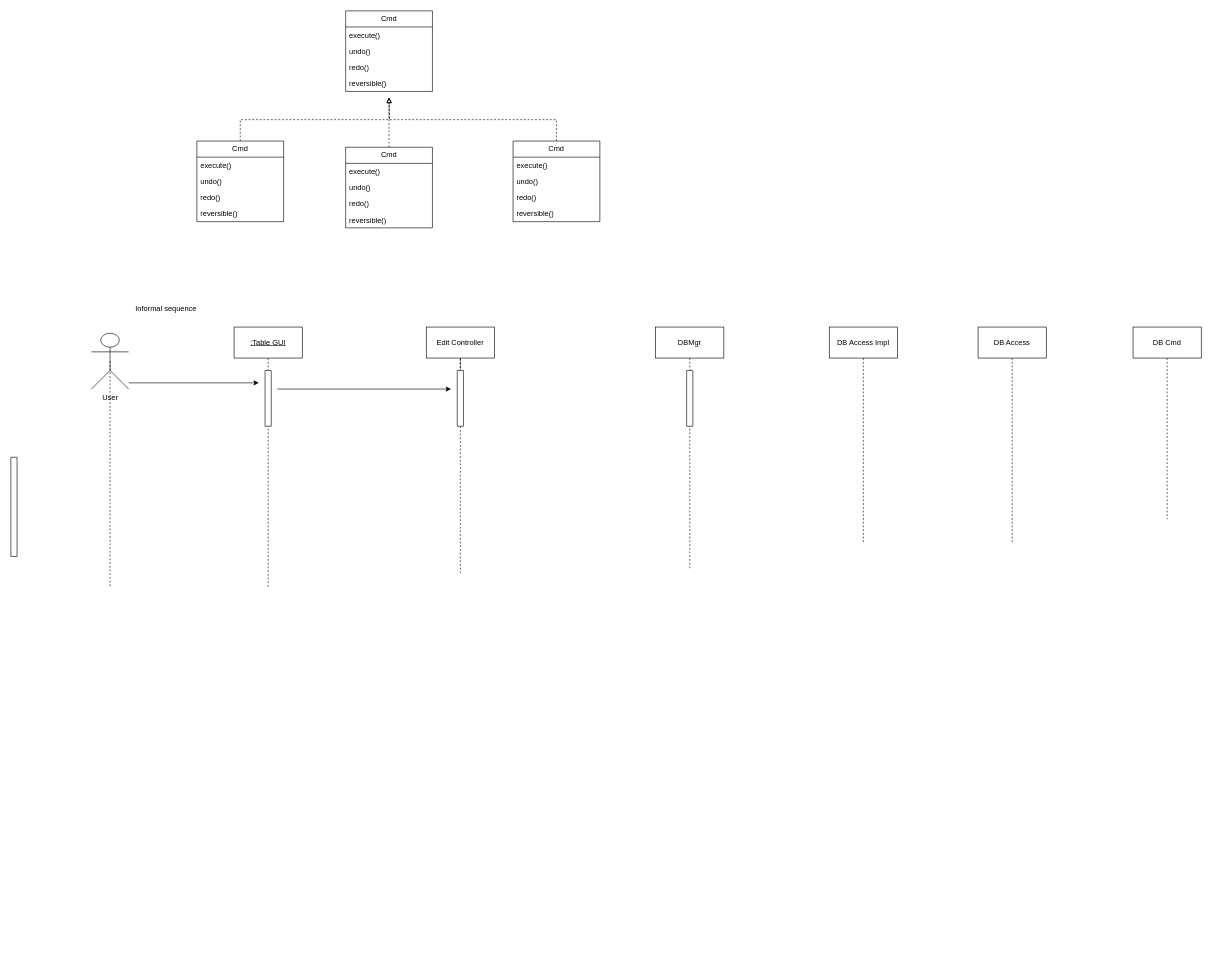
Above: HW2_DesignPattern.drawio in VoHoAnhTuan/Diagrams (draw.io), before the change. Source tidied: cells renumbered, new cells numbered last; positions are measured from the earlier drawing's top-left corner, leaving out a move shared by most shapes. Both pictures are drawn from the tidied source at 62%, with x=0, y=0 at pixel (11, 11).
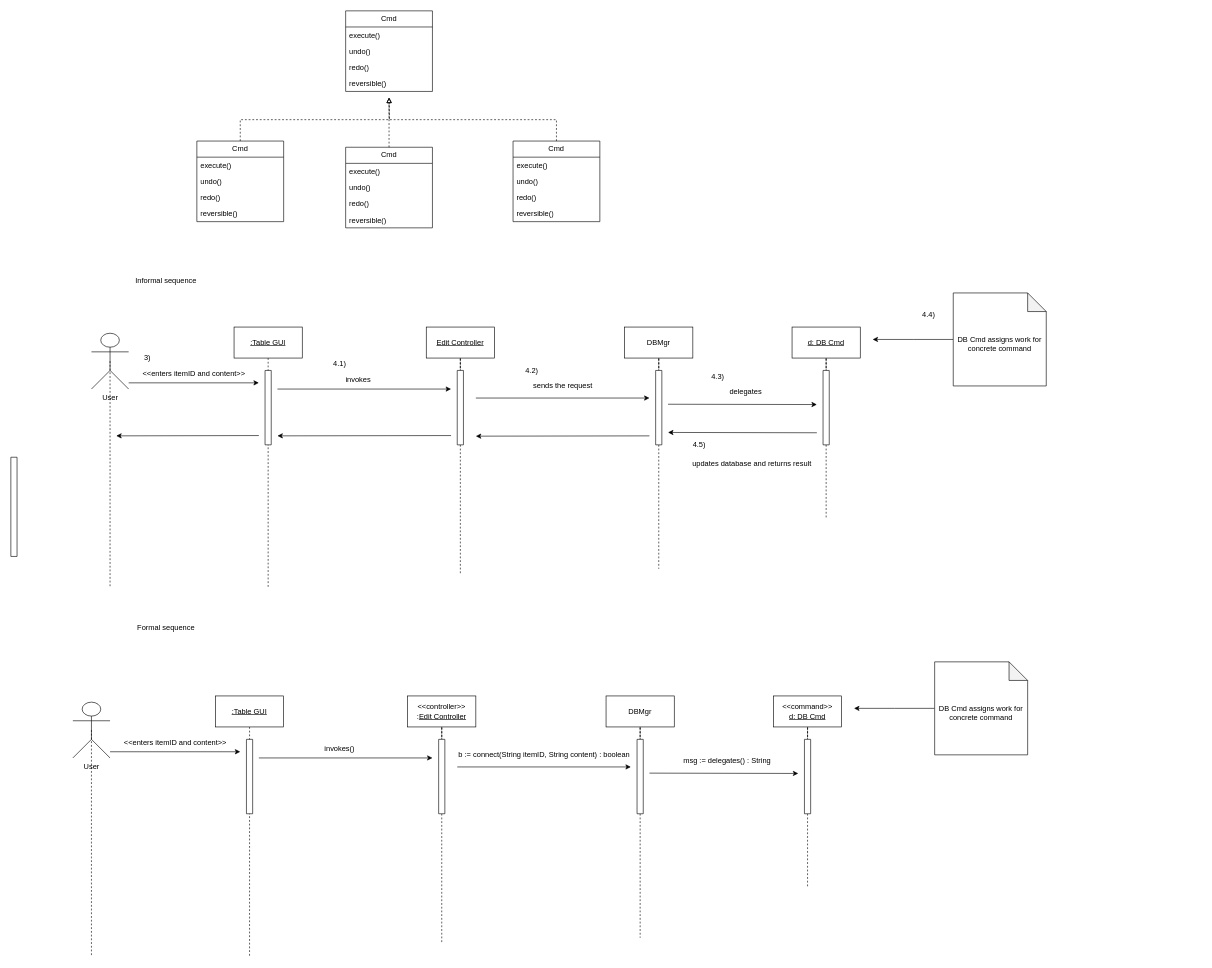
The same page after the edit.

What changed in the source:
```diff
@@
     <mxCell id="25" value="&lt;div&gt;Informal sequence&lt;/div&gt;" style="text;html=1;align=center;verticalAlign=middle;strokeColor=none;fillColor=none;" parent="1" vertex="1">
-      <mxGeometry x="190" y="465" width="120" height="30" as="geometry" />
+      <mxGeometry x="190" y="420" width="120" height="30" as="geometry" />
     </mxCell>
@@
-    <mxCell id="31" value="Edit Controller" style="html=1;whiteSpace=wrap;" parent="1" vertex="1">
+    <mxCell id="31" value="&lt;u&gt;Edit Controller&lt;/u&gt;" style="html=1;whiteSpace=wrap;" parent="1" vertex="1">
       <mxGeometry x="670" y="510" width="110" height="50" as="geometry" />
     </mxCell>
-    <mxCell id="32" style="edgeStyle=orthogonalEdgeStyle;rounded=0;jettySize=auto;html=1;exitX=0.5;exitY=1;exitDx=0;exitDy=0;endArrow=none;endFill=0;dashed=1;" parent="1" edge="1" source="33">
+    <mxCell id="32" style="edgeStyle=orthogonalEdgeStyle;rounded=0;jettySize=auto;html=1;exitX=0.5;exitY=1;exitDx=0;exitDy=0;endArrow=none;endFill=0;dashed=1;" parent="1" edge="1" source="46">
       <mxGeometry relative="1" as="geometry">
-        <mxPoint x="1095" y="900" as="targetPoint" />
+        <mxPoint x="1045" y="900" as="targetPoint" />
       </mxGeometry>
     </mxCell>
     <mxCell id="33" value="DBMgr" style="html=1;whiteSpace=wrap;" parent="1" vertex="1">
-      <mxGeometry x="1040" y="510" width="110" height="50" as="geometry" />
+      <mxGeometry x="990" y="510" width="110" height="50" as="geometry" />
     </mxCell>
-    <mxCell id="34" style="edgeStyle=orthogonalEdgeStyle;rounded=0;jettySize=auto;html=1;exitX=0.5;exitY=1;exitDx=0;exitDy=0;endArrow=none;endFill=0;dashed=1;" parent="1" edge="1" source="35">
-      <mxGeometry relative="1" as="geometry">
-        <mxPoint x="1375" y="860" as="targetPoint" />
-      </mxGeometry>
-    </mxCell>
-    <mxCell id="35" value="DB Access Impl" style="html=1;whiteSpace=wrap;" parent="1" vertex="1">
-      <mxGeometry x="1320" y="510" width="110" height="50" as="geometry" />
-    </mxCell>
-    <mxCell id="36" style="edgeStyle=orthogonalEdgeStyle;rounded=0;jettySize=auto;html=1;exitX=0.5;exitY=1;exitDx=0;exitDy=0;endArrow=none;endFill=0;dashed=1;" parent="1" edge="1" source="37">
-      <mxGeometry relative="1" as="geometry">
-        <mxPoint x="1615" y="860" as="targetPoint" />
-      </mxGeometry>
-    </mxCell>
-    <mxCell id="37" value="DB Access" style="html=1;whiteSpace=wrap;" parent="1" vertex="1">
-      <mxGeometry x="1560" y="510" width="110" height="50" as="geometry" />
-    </mxCell>
-    <mxCell id="38" style="edgeStyle=orthogonalEdgeStyle;rounded=0;jettySize=auto;html=1;exitX=0.5;exitY=1;exitDx=0;exitDy=0;endArrow=none;endFill=0;dashed=1;" parent="1" edge="1" source="39">
+    <mxCell id="38" style="edgeStyle=orthogonalEdgeStyle;rounded=0;jettySize=auto;html=1;exitX=0.5;exitY=1;exitDx=0;exitDy=0;endArrow=none;endFill=0;dashed=1;" parent="1" edge="1" source="50">
       <mxGeometry relative="1" as="geometry">
-        <mxPoint x="1865" y="820" as="targetPoint" />
+        <mxPoint x="1315" y="820" as="targetPoint" />
       </mxGeometry>
     </mxCell>
-    <mxCell id="39" value="DB Cmd" style="html=1;whiteSpace=wrap;" parent="1" vertex="1">
-      <mxGeometry x="1810" y="510" width="110" height="50" as="geometry" />
+    <mxCell id="39" value="&lt;u&gt;d: DB Cmd&lt;/u&gt;" style="html=1;whiteSpace=wrap;" parent="1" vertex="1">
+      <mxGeometry x="1260" y="510" width="110" height="50" as="geometry" />
     </mxCell>
@@
     <mxCell id="41" style="verticalLabelPosition=bottom;verticalAlign=top;html=1;shape=mxgraph.basic.rect;fillColor2=none;strokeWidth=1;size=20;indent=5;" parent="1" vertex="1">
-      <mxGeometry x="410" y="580" width="10" height="90" as="geometry" />
+      <mxGeometry x="410" y="580" width="10" height="120" as="geometry" />
     </mxCell>
@@
     <mxCell id="45" style="verticalLabelPosition=bottom;verticalAlign=top;html=1;shape=mxgraph.basic.rect;fillColor2=none;strokeWidth=1;size=20;indent=5;" parent="1" vertex="1">
-      <mxGeometry x="720" y="580" width="10" height="90" as="geometry" />
+      <mxGeometry x="720" y="580" width="10" height="120" as="geometry" />
     </mxCell>
+    <mxCell id="47" style="endArrow=classic;endFill=1;html=1;rounded=0;" parent="1" edge="1">
+      <mxGeometry relative="1" as="geometry">
+        <mxPoint x="750" y="624.5" as="sourcePoint" />
+        <mxPoint x="1030" y="624.5" as="targetPoint" />
+      </mxGeometry>
+    </mxCell>
+    <mxCell id="48" style="edgeStyle=orthogonalEdgeStyle;rounded=0;jettySize=auto;html=1;exitX=0.5;exitY=1;exitDx=0;exitDy=0;endArrow=none;endFill=0;dashed=1;" parent="1" edge="1" source="33" target="46">
+      <mxGeometry relative="1" as="geometry" />
+    </mxCell>
     <mxCell id="46" style="verticalLabelPosition=bottom;verticalAlign=top;html=1;shape=mxgraph.basic.rect;fillColor2=none;strokeWidth=1;size=20;indent=5;" parent="1" vertex="1">
-      <mxGeometry x="1090" y="580" width="10" height="90" as="geometry" />
+      <mxGeometry x="1040" y="580" width="10" height="120" as="geometry" />
     </mxCell>
+    <mxCell id="49" style="edgeStyle=orthogonalEdgeStyle;rounded=0;jettySize=auto;html=1;exitX=0.5;exitY=1;exitDx=0;exitDy=0;endArrow=none;endFill=0;dashed=1;" parent="1" edge="1" source="39" target="50">
+      <mxGeometry relative="1" as="geometry" />
+    </mxCell>
+    <mxCell id="50" style="verticalLabelPosition=bottom;verticalAlign=top;html=1;shape=mxgraph.basic.rect;fillColor2=none;strokeWidth=1;size=20;indent=5;" parent="1" vertex="1">
+      <mxGeometry x="1310" y="580" width="10" height="120" as="geometry" />
+    </mxCell>
+    <mxCell id="51" style="endArrow=classic;endFill=1;html=1;rounded=0;" parent="1" edge="1">
+      <mxGeometry relative="1" as="geometry">
+        <mxPoint x="1060" y="634.5" as="sourcePoint" />
+        <mxPoint x="1300" y="635" as="targetPoint" />
+      </mxGeometry>
+    </mxCell>
+    <mxCell id="52" value="&lt;div&gt;&amp;lt;&amp;lt;enters itemID and content&amp;gt;&amp;gt;&lt;/div&gt;" style="text;html=1;align=center;verticalAlign=middle;strokeColor=none;fillColor=none;" parent="1" vertex="1">
+      <mxGeometry x="200" y="570" width="190" height="30" as="geometry" />
+    </mxCell>
+    <mxCell id="53" value="invokes" style="text;html=1;align=center;verticalAlign=middle;strokeColor=none;fillColor=none;" parent="1" vertex="1">
+      <mxGeometry x="530" y="580" width="60" height="30" as="geometry" />
+    </mxCell>
+    <mxCell id="54" value="&lt;div&gt;sends the request&lt;/div&gt;" style="text;html=1;align=center;verticalAlign=middle;strokeColor=none;fillColor=none;" parent="1" vertex="1">
+      <mxGeometry x="830" y="590" width="120" height="30" as="geometry" />
+    </mxCell>
+    <mxCell id="55" value="delegates" style="text;html=1;align=center;verticalAlign=middle;strokeColor=none;fillColor=none;" parent="1" vertex="1">
+      <mxGeometry x="1150" y="600" width="70" height="30" as="geometry" />
+    </mxCell>
+    <mxCell id="56" value="3)" style="text;html=1;align=center;verticalAlign=middle;strokeColor=none;fillColor=none;" parent="1" vertex="1">
+      <mxGeometry x="205" y="545" width="30" height="30" as="geometry" />
+    </mxCell>
+    <mxCell id="57" value="4.1)" style="text;html=1;align=center;verticalAlign=middle;strokeColor=none;fillColor=none;" parent="1" vertex="1">
+      <mxGeometry x="510" y="555" width="40" height="30" as="geometry" />
+    </mxCell>
+    <mxCell id="58" value="4.2)" style="text;html=1;align=center;verticalAlign=middle;strokeColor=none;fillColor=none;" parent="1" vertex="1">
+      <mxGeometry x="820" y="565" width="40" height="30" as="geometry" />
+    </mxCell>
+    <mxCell id="59" value="4.3)" style="text;html=1;align=center;verticalAlign=middle;strokeColor=none;fillColor=none;" parent="1" vertex="1">
+      <mxGeometry x="1120" y="575" width="40" height="30" as="geometry" />
+    </mxCell>
+    <mxCell id="60" style="endArrow=none;endFill=0;html=1;rounded=0;startArrow=classic;startFill=1;" parent="1" edge="1">
+      <mxGeometry relative="1" as="geometry">
+        <mxPoint x="1060" y="680" as="sourcePoint" />
+        <mxPoint x="1300" y="680.5" as="targetPoint" />
+      </mxGeometry>
+    </mxCell>
+    <mxCell id="61" style="edgeStyle=orthogonalEdgeStyle;rounded=0;jettySize=auto;html=1;exitX=0;exitY=0.5;exitDx=0;exitDy=0;exitPerimeter=0;" parent="1" edge="1" source="62">
+      <mxGeometry relative="1" as="geometry">
+        <mxPoint x="1390" y="530" as="targetPoint" />
+      </mxGeometry>
+    </mxCell>
+    <mxCell id="62" value="&lt;div&gt;&lt;br&gt;&lt;/div&gt;&lt;div&gt;DB Cmd assigns work for concrete command&lt;br&gt;&lt;/div&gt;" style="shape=note;whiteSpace=wrap;html=1;backgroundOutline=1;darkOpacity=0.05;" parent="1" vertex="1">
+      <mxGeometry x="1520" y="455" width="150" height="150" as="geometry" />
+    </mxCell>
+    <mxCell id="63" value="4.4)" style="text;html=1;align=center;verticalAlign=middle;strokeColor=none;fillColor=none;" parent="1" vertex="1">
+      <mxGeometry x="1460" y="475" width="40" height="30" as="geometry" />
+    </mxCell>
+    <mxCell id="64" value="4.5)" style="text;html=1;align=center;verticalAlign=middle;strokeColor=none;fillColor=none;" parent="1" vertex="1">
+      <mxGeometry x="1090" y="685" width="40" height="30" as="geometry" />
+    </mxCell>
+    <mxCell id="65" value="updates database and returns result" style="text;html=1;align=center;verticalAlign=middle;strokeColor=none;fillColor=none;" parent="1" vertex="1">
+      <mxGeometry x="1090" y="715" width="210" height="30" as="geometry" />
+    </mxCell>
+    <mxCell id="66" style="endArrow=none;endFill=0;html=1;rounded=0;startArrow=classic;startFill=1;" parent="1" edge="1">
+      <mxGeometry relative="1" as="geometry">
+        <mxPoint x="750" y="686" as="sourcePoint" />
+        <mxPoint x="1030" y="685.5" as="targetPoint" />
+      </mxGeometry>
+    </mxCell>
+    <mxCell id="67" style="endArrow=none;endFill=0;html=1;rounded=0;startArrow=classic;startFill=1;" parent="1" edge="1">
+      <mxGeometry relative="1" as="geometry">
+        <mxPoint x="430" y="685.5" as="sourcePoint" />
+        <mxPoint x="710" y="685" as="targetPoint" />
+      </mxGeometry>
+    </mxCell>
+    <mxCell id="68" style="endArrow=none;endFill=0;html=1;rounded=0;startArrow=classic;startFill=1;" parent="1" edge="1">
+      <mxGeometry relative="1" as="geometry">
+        <mxPoint x="170" y="685.5" as="sourcePoint" />
+        <mxPoint x="400" y="685" as="targetPoint" />
+      </mxGeometry>
+    </mxCell>
+    <mxCell id="69" value="Formal sequence" style="text;html=1;align=center;verticalAlign=middle;strokeColor=none;fillColor=none;" parent="1" vertex="1">
+      <mxGeometry x="190" y="980" width="120" height="30" as="geometry" />
+    </mxCell>
+    <mxCell id="70" style="edgeStyle=orthogonalEdgeStyle;rounded=0;jettySize=auto;html=1;exitX=0.5;exitY=0.5;exitDx=0;exitDy=0;exitPerimeter=0;endArrow=none;endFill=0;dashed=1;" parent="1" edge="1" source="71">
+      <mxGeometry relative="1" as="geometry">
+        <mxPoint x="130" y="1525" as="targetPoint" />
+      </mxGeometry>
+    </mxCell>
+    <mxCell id="71" value="&lt;div&gt;User&lt;/div&gt;&lt;div&gt;&lt;br&gt;&lt;/div&gt;" style="shape=umlActor;verticalLabelPosition=bottom;verticalAlign=top;html=1;" parent="1" vertex="1">
+      <mxGeometry x="100" y="1115" width="60" height="90" as="geometry" />
+    </mxCell>
+    <mxCell id="72" style="edgeStyle=orthogonalEdgeStyle;rounded=0;jettySize=auto;html=1;exitX=0.5;exitY=1;exitDx=0;exitDy=0;endArrow=none;endFill=0;dashed=1;" parent="1" edge="1" source="73">
+      <mxGeometry relative="1" as="geometry">
+        <mxPoint x="385" y="1525" as="targetPoint" />
+      </mxGeometry>
+    </mxCell>
+    <mxCell id="73" value="&lt;u&gt;:Table GUI&lt;br&gt;&lt;/u&gt;" style="html=1;whiteSpace=wrap;" parent="1" vertex="1">
+      <mxGeometry x="330" y="1105" width="110" height="50" as="geometry" />
+    </mxCell>
+    <mxCell id="74" style="edgeStyle=orthogonalEdgeStyle;rounded=0;jettySize=auto;html=1;exitX=0.5;exitY=1;exitDx=0;exitDy=0;endArrow=none;endFill=0;dashed=1;" parent="1" edge="1" source="84">
+      <mxGeometry relative="1" as="geometry">
+        <mxPoint x="695" y="1505" as="targetPoint" />
+      </mxGeometry>
+    </mxCell>
+    <mxCell id="75" value="&lt;div&gt;&amp;lt;&amp;lt;controller&amp;gt;&amp;gt;&lt;br&gt;&lt;/div&gt;&lt;div&gt;:&lt;u&gt;Edit Controller&lt;/u&gt;&lt;/div&gt;" style="html=1;whiteSpace=wrap;" parent="1" vertex="1">
+      <mxGeometry x="640" y="1105" width="110" height="50" as="geometry" />
+    </mxCell>
+    <mxCell id="76" style="edgeStyle=orthogonalEdgeStyle;rounded=0;jettySize=auto;html=1;exitX=0.5;exitY=1;exitDx=0;exitDy=0;endArrow=none;endFill=0;dashed=1;" parent="1" edge="1" source="87">
+      <mxGeometry relative="1" as="geometry">
+        <mxPoint x="1015" y="1495" as="targetPoint" />
+      </mxGeometry>
+    </mxCell>
+    <mxCell id="77" value="DBMgr" style="html=1;whiteSpace=wrap;" parent="1" vertex="1">
+      <mxGeometry x="960" y="1105" width="110" height="50" as="geometry" />
+    </mxCell>
+    <mxCell id="78" style="edgeStyle=orthogonalEdgeStyle;rounded=0;jettySize=auto;html=1;exitX=0.5;exitY=1;exitDx=0;exitDy=0;endArrow=none;endFill=0;dashed=1;" parent="1" edge="1" source="89">
+      <mxGeometry relative="1" as="geometry">
+        <mxPoint x="1285" y="1415" as="targetPoint" />
+      </mxGeometry>
+    </mxCell>
+    <mxCell id="79" value="&amp;lt;&amp;lt;command&amp;gt;&amp;gt;&lt;br&gt;&lt;div&gt;&lt;u&gt;d: DB Cmd&lt;/u&gt;&lt;/div&gt;" style="html=1;whiteSpace=wrap;" parent="1" vertex="1">
+      <mxGeometry x="1230" y="1105" width="110" height="50" as="geometry" />
+    </mxCell>
+    <mxCell id="80" style="verticalLabelPosition=bottom;verticalAlign=top;html=1;shape=mxgraph.basic.rect;fillColor2=none;strokeWidth=1;size=20;indent=5;" parent="1" vertex="1">
+      <mxGeometry x="380" y="1175" width="10" height="120" as="geometry" />
+    </mxCell>
+    <mxCell id="81" style="endArrow=classic;endFill=1;html=1;rounded=0;" parent="1" edge="1">
+      <mxGeometry relative="1" as="geometry">
+        <mxPoint x="160" y="1195" as="sourcePoint" />
+        <mxPoint x="370" y="1195" as="targetPoint" />
+      </mxGeometry>
+    </mxCell>
+    <mxCell id="82" style="endArrow=classic;endFill=1;html=1;rounded=0;" parent="1" edge="1">
+      <mxGeometry relative="1" as="geometry">
+        <mxPoint x="400" y="1205" as="sourcePoint" />
+        <mxPoint x="680" y="1205" as="targetPoint" />
+      </mxGeometry>
+    </mxCell>
+    <mxCell id="83" style="edgeStyle=orthogonalEdgeStyle;rounded=0;jettySize=auto;html=1;exitX=0.5;exitY=1;exitDx=0;exitDy=0;endArrow=none;endFill=0;dashed=1;" parent="1" edge="1" source="75" target="84">
+      <mxGeometry relative="1" as="geometry" />
+    </mxCell>
+    <mxCell id="84" style="verticalLabelPosition=bottom;verticalAlign=top;html=1;shape=mxgraph.basic.rect;fillColor2=none;strokeWidth=1;size=20;indent=5;" parent="1" vertex="1">
+      <mxGeometry x="690" y="1175" width="10" height="120" as="geometry" />
+    </mxCell>
+    <mxCell id="85" style="endArrow=classic;endFill=1;html=1;rounded=0;" parent="1" edge="1">
+      <mxGeometry relative="1" as="geometry">
+        <mxPoint x="720" y="1219.5" as="sourcePoint" />
+        <mxPoint x="1000" y="1219.5" as="targetPoint" />
+      </mxGeometry>
+    </mxCell>
+    <mxCell id="86" style="edgeStyle=orthogonalEdgeStyle;rounded=0;jettySize=auto;html=1;exitX=0.5;exitY=1;exitDx=0;exitDy=0;endArrow=none;endFill=0;dashed=1;" parent="1" edge="1" source="77" target="87">
+      <mxGeometry relative="1" as="geometry" />
+    </mxCell>
+    <mxCell id="87" style="verticalLabelPosition=bottom;verticalAlign=top;html=1;shape=mxgraph.basic.rect;fillColor2=none;strokeWidth=1;size=20;indent=5;" parent="1" vertex="1">
+      <mxGeometry x="1010" y="1175" width="10" height="120" as="geometry" />
+    </mxCell>
+    <mxCell id="88" style="edgeStyle=orthogonalEdgeStyle;rounded=0;jettySize=auto;html=1;exitX=0.5;exitY=1;exitDx=0;exitDy=0;endArrow=none;endFill=0;dashed=1;" parent="1" edge="1" source="79" target="89">
+      <mxGeometry relative="1" as="geometry" />
+    </mxCell>
+    <mxCell id="89" style="verticalLabelPosition=bottom;verticalAlign=top;html=1;shape=mxgraph.basic.rect;fillColor2=none;strokeWidth=1;size=20;indent=5;" parent="1" vertex="1">
+      <mxGeometry x="1280" y="1175" width="10" height="120" as="geometry" />
+    </mxCell>
+    <mxCell id="90" style="endArrow=classic;endFill=1;html=1;rounded=0;" parent="1" edge="1">
+      <mxGeometry relative="1" as="geometry">
+        <mxPoint x="1030" y="1229.5" as="sourcePoint" />
+        <mxPoint x="1270" y="1230" as="targetPoint" />
+      </mxGeometry>
+    </mxCell>
+    <mxCell id="91" value="&lt;div&gt;&amp;lt;&amp;lt;enters itemID and content&amp;gt;&amp;gt;&lt;/div&gt;" style="text;html=1;align=center;verticalAlign=middle;strokeColor=none;fillColor=none;" parent="1" vertex="1">
+      <mxGeometry x="170" y="1165" width="190" height="30" as="geometry" />
+    </mxCell>
+    <mxCell id="92" value="invokes()" style="text;html=1;align=center;verticalAlign=middle;strokeColor=none;fillColor=none;" parent="1" vertex="1">
+      <mxGeometry x="495" y="1175" width="70" height="30" as="geometry" />
+    </mxCell>
+    <mxCell id="93" value="&lt;div&gt;b := connect(String itemID, String content) : boolean&lt;br&gt;&lt;/div&gt;" style="text;html=1;align=center;verticalAlign=middle;strokeColor=none;fillColor=none;" parent="1" vertex="1">
+      <mxGeometry x="710" y="1185" width="300" height="30" as="geometry" />
+    </mxCell>
+    <mxCell id="94" value="msg := delegates() : String" style="text;html=1;align=center;verticalAlign=middle;strokeColor=none;fillColor=none;" parent="1" vertex="1">
+      <mxGeometry x="1075" y="1195" width="160" height="30" as="geometry" />
+    </mxCell>
+    <mxCell id="95" style="edgeStyle=orthogonalEdgeStyle;rounded=0;jettySize=auto;html=1;exitX=0;exitY=0.5;exitDx=0;exitDy=0;exitPerimeter=0;" parent="1" edge="1" source="96">
+      <mxGeometry relative="1" as="geometry">
+        <mxPoint x="1360" y="1125" as="targetPoint" />
+      </mxGeometry>
+    </mxCell>
+    <mxCell id="96" value="&lt;div&gt;&lt;br&gt;&lt;/div&gt;&lt;div&gt;DB Cmd assigns work for concrete command&lt;br&gt;&lt;/div&gt;" style="shape=note;whiteSpace=wrap;html=1;backgroundOutline=1;darkOpacity=0.05;" parent="1" vertex="1">
+      <mxGeometry x="1490" y="1050" width="150" height="150" as="geometry" />
+    </mxCell>
```
